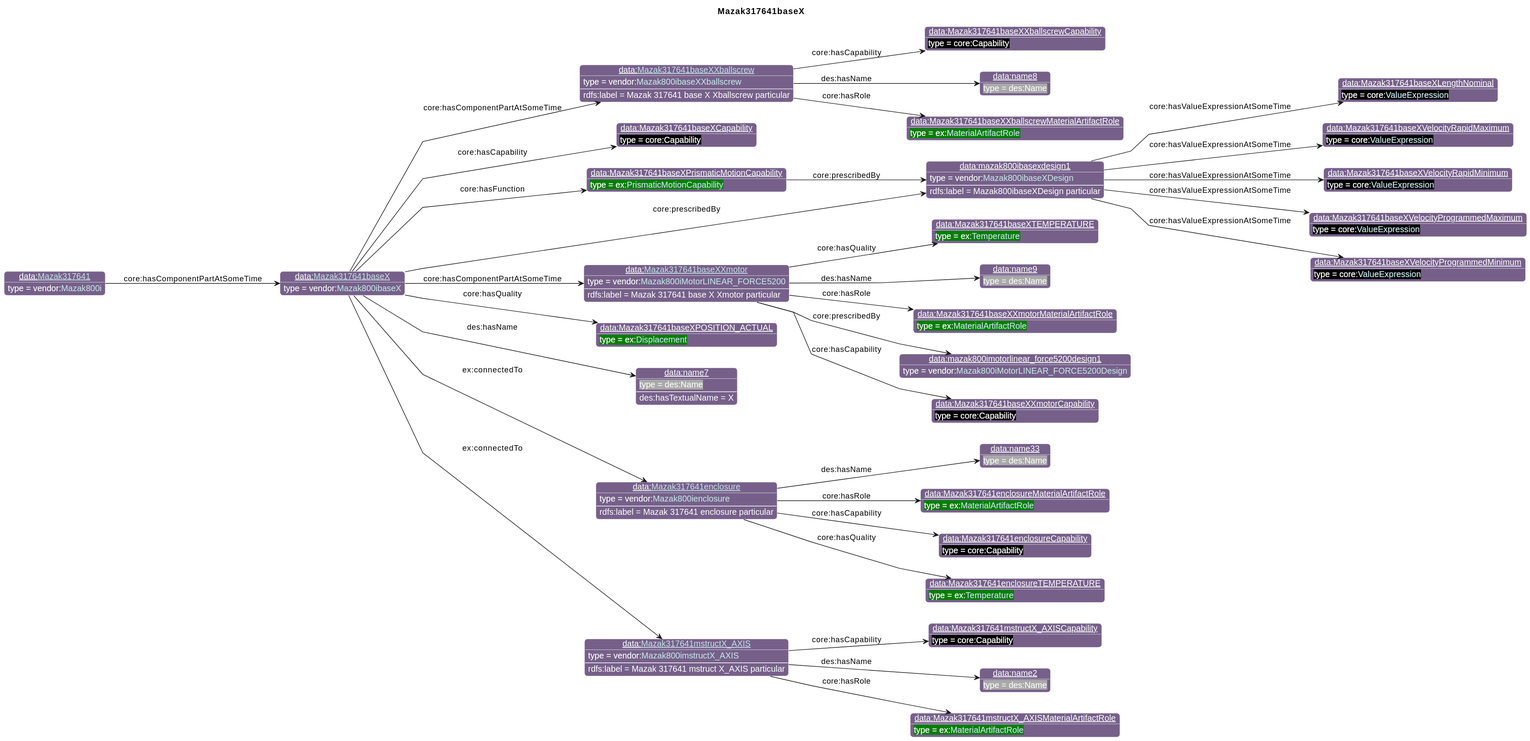
Before: diagrams/Mazak317641baseX.svg, a diagram exported from PlantUML (iofoundry/example-syseng-mtconnect).
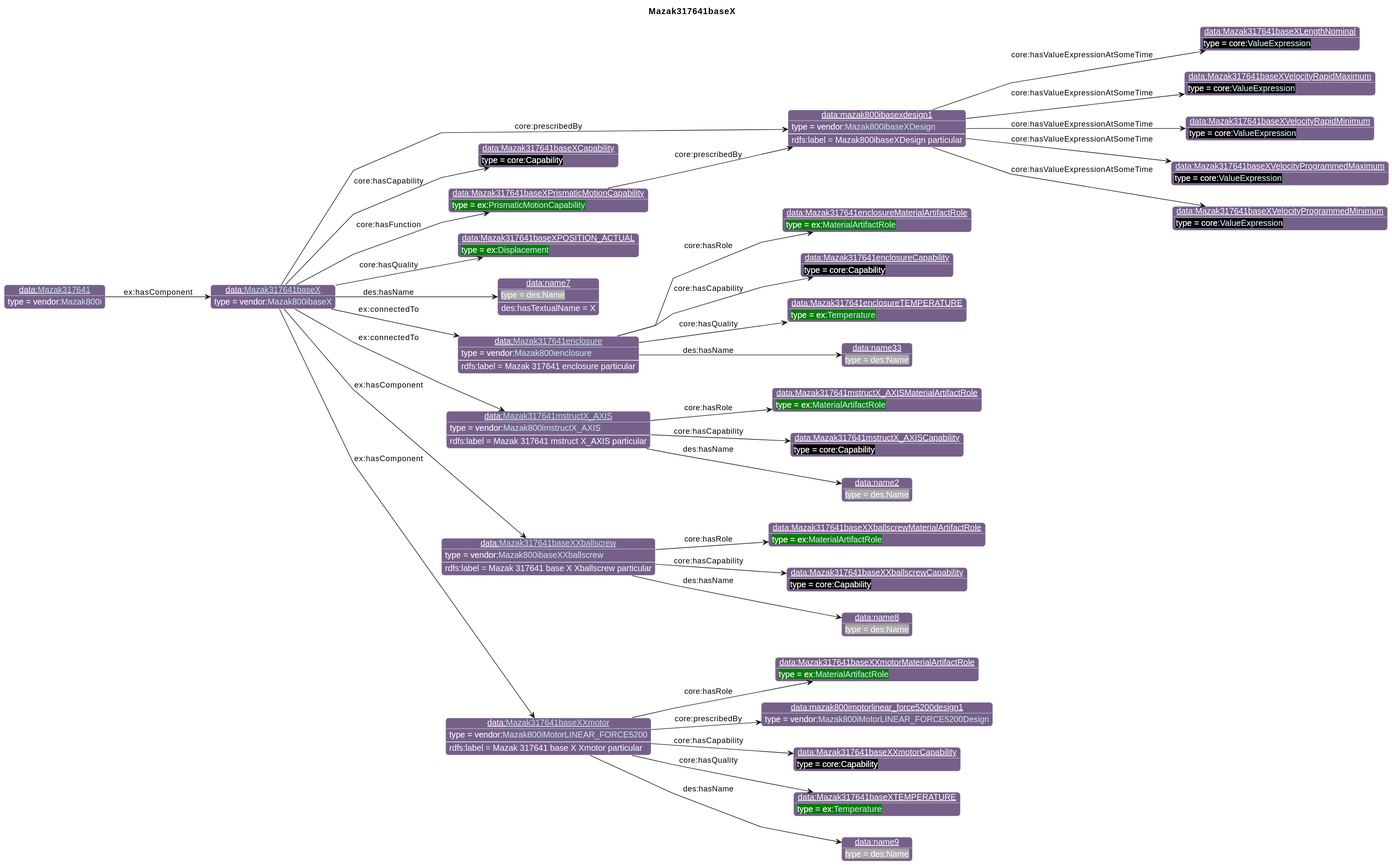
Later version of the same file.

The edit, as a diff of the source:
```diff
@@ -33,28 +33,28 @@
 individual(o5, data:Mazak317641baseXVelocityProgrammedMaximum, core:[[https://spec.industrialontologies.org/ontology/core/Core/ValueExpression ValueExpression]])
 individual(o6, data:Mazak317641baseXVelocityProgrammedMinimum, core:[[https://spec.industrialontologies.org/ontology/core/Core/ValueExpression ValueExpression]])
 individual(o7, data:Mazak317641baseXCapability, core:Capability)
-individual(o8, data:[[./Mazak317641baseXXballscrew.html Mazak317641baseXXballscrew]], vendor:[[../Mazak.html#Mazak800ibaseXXballscrew Mazak800ibaseXXballscrew]])
-individual(o9, data:Mazak317641baseXXballscrewMaterialArtifactRole, ex:[[../Example.html#MaterialArtifactRole MaterialArtifactRole]])
-individual(o10, data:Mazak317641baseXXballscrewCapability, core:Capability)
-individual(o11, data:name8, des:Name)
-individual(o12, data:[[./Mazak317641baseXXmotor.html Mazak317641baseXXmotor]], vendor:[[../Mazak.html#Mazak800iMotorLINEAR_FORCE5200 Mazak800iMotorLINEAR_FORCE5200]])
-individual(o13, data:Mazak317641baseXXmotorMaterialArtifactRole, ex:[[../Example.html#MaterialArtifactRole MaterialArtifactRole]])
-individual(o14, data:mazak800imotorlinear_force5200design1, vendor:[[../Mazak.html#Mazak800iMotorLINEAR_FORCE5200Design Mazak800iMotorLINEAR_FORCE5200Design]])
-individual(o15, data:Mazak317641baseXXmotorCapability, core:Capability)
-individual(o16, data:Mazak317641baseXTEMPERATURE, ex:[[../Example.html#Temperature Temperature]])
-individual(o17, data:name9, des:Name)
-individual(o18, data:Mazak317641baseXPrismaticMotionCapability, ex:[[../Example.html#PrismaticMotionCapability PrismaticMotionCapability]])
-individual(o19, data:Mazak317641baseXPOSITION_ACTUAL, ex:[[../Example.html#Displacement Displacement]])
-individual(o20, data:name7, des:Name)
-individual(o21, data:[[./Mazak317641enclosure.html Mazak317641enclosure]], vendor:[[../Mazak.html#Mazak800ienclosure Mazak800ienclosure]])
-individual(o22, data:Mazak317641enclosureMaterialArtifactRole, ex:[[../Example.html#MaterialArtifactRole MaterialArtifactRole]])
-individual(o23, data:Mazak317641enclosureCapability, core:Capability)
-individual(o24, data:Mazak317641enclosureTEMPERATURE, ex:[[../Example.html#Temperature Temperature]])
-individual(o25, data:name33, des:Name)
-individual(o26, data:[[./Mazak317641mstructX_AXIS.html Mazak317641mstructX_AXIS]], vendor:[[../Mazak.html#Mazak800imstructX_AXIS Mazak800imstructX_AXIS]])
-individual(o27, data:Mazak317641mstructX_AXISMaterialArtifactRole, ex:[[../Example.html#MaterialArtifactRole MaterialArtifactRole]])
-individual(o28, data:Mazak317641mstructX_AXISCapability, core:Capability)
-individual(o29, data:name2, des:Name)
+individual(o8, data:Mazak317641baseXPrismaticMotionCapability, ex:[[../Example.html#PrismaticMotionCapability PrismaticMotionCapability]])
+individual(o9, data:Mazak317641baseXPOSITION_ACTUAL, ex:[[../Example.html#Displacement Displacement]])
+individual(o10, data:name7, des:Name)
+individual(o11, data:[[./Mazak317641enclosure.html Mazak317641enclosure]], vendor:[[../Mazak.html#Mazak800ienclosure Mazak800ienclosure]])
+individual(o12, data:Mazak317641enclosureMaterialArtifactRole, ex:[[../Example.html#MaterialArtifactRole MaterialArtifactRole]])
+individual(o13, data:Mazak317641enclosureCapability, core:Capability)
+individual(o14, data:Mazak317641enclosureTEMPERATURE, ex:[[../Example.html#Temperature Temperature]])
+individual(o15, data:name33, des:Name)
+individual(o16, data:[[./Mazak317641mstructX_AXIS.html Mazak317641mstructX_AXIS]], vendor:[[../Mazak.html#Mazak800imstructX_AXIS Mazak800imstructX_AXIS]])
+individual(o17, data:Mazak317641mstructX_AXISMaterialArtifactRole, ex:[[../Example.html#MaterialArtifactRole MaterialArtifactRole]])
+individual(o18, data:Mazak317641mstructX_AXISCapability, core:Capability)
+individual(o19, data:name2, des:Name)
+individual(o20, data:[[./Mazak317641baseXXballscrew.html Mazak317641baseXXballscrew]], vendor:[[../Mazak.html#Mazak800ibaseXXballscrew Mazak800ibaseXXballscrew]])
+individual(o21, data:Mazak317641baseXXballscrewMaterialArtifactRole, ex:[[../Example.html#MaterialArtifactRole MaterialArtifactRole]])
+individual(o22, data:Mazak317641baseXXballscrewCapability, core:Capability)
+individual(o23, data:name8, des:Name)
+individual(o24, data:[[./Mazak317641baseXXmotor.html Mazak317641baseXXmotor]], vendor:[[../Mazak.html#Mazak800iMotorLINEAR_FORCE5200 Mazak800iMotorLINEAR_FORCE5200]])
+individual(o25, data:Mazak317641baseXXmotorMaterialArtifactRole, ex:[[../Example.html#MaterialArtifactRole MaterialArtifactRole]])
+individual(o26, data:mazak800imotorlinear_force5200design1, vendor:[[../Mazak.html#Mazak800iMotorLINEAR_FORCE5200Design Mazak800iMotorLINEAR_FORCE5200Design]])
+individual(o27, data:Mazak317641baseXXmotorCapability, core:Capability)
+individual(o28, data:Mazak317641baseXTEMPERATURE, ex:[[../Example.html#Temperature Temperature]])
+individual(o29, data:name9, des:Name)
 individual(o30, data:[[./Mazak317641.html Mazak317641]], vendor:[[../Mazak.html#Mazak800i Mazak800i]])
 property(o0, "core:prescribedBy", o1)
 data(o1, "rdfs:label", "Mazak800ibaseXDesign particular")
@@ -64,33 +64,33 @@
 property(o1, "core:hasValueExpressionAtSomeTime", o5)
 property(o1, "core:hasValueExpressionAtSomeTime", o6)
 property(o0, "core:hasCapability", o7)
-property(o0, "core:hasComponentPartAtSomeTime", o8)
-data(o8, "rdfs:label", "Mazak 317641 base X Xballscrew particular")
-property(o8, "core:hasRole", o9)
-property(o8, "core:hasCapability", o10)
-property(o8, "des:hasName", o11)
-property(o0, "core:hasComponentPartAtSomeTime", o12)
-data(o12, "rdfs:label", "Mazak 317641 base X Xmotor particular")
-property(o12, "core:hasRole", o13)
-property(o12, "core:prescribedBy", o14)
-property(o12, "core:hasCapability", o15)
-property(o12, "core:hasQuality", o16)
-property(o12, "des:hasName", o17)
-property(o0, "core:hasFunction", o18)
-property(o18, "core:prescribedBy", o1)
-property(o0, "core:hasQuality", o19)
-property(o0, "des:hasName", o20)
-data(o20, "des:hasTextualName", "X")
-property(o0, "ex:connectedTo", o21)
-data(o21, "rdfs:label", "Mazak 317641 enclosure particular")
-property(o21, "core:hasRole", o22)
-property(o21, "core:hasCapability", o23)
-property(o21, "core:hasQuality", o24)
-property(o21, "des:hasName", o25)
-property(o0, "ex:connectedTo", o26)
-data(o26, "rdfs:label", "Mazak 317641 mstruct X_AXIS particular")
-property(o26, "core:hasRole", o27)
-property(o26, "core:hasCapability", o28)
-property(o26, "des:hasName", o29)
-property(o30, "core:hasComponentPartAtSomeTime", o0)
+property(o0, "core:hasFunction", o8)
+property(o8, "core:prescribedBy", o1)
+property(o0, "core:hasQuality", o9)
+property(o0, "des:hasName", o10)
+data(o10, "des:hasTextualName", "X")
+property(o0, "ex:connectedTo", o11)
+data(o11, "rdfs:label", "Mazak 317641 enclosure particular")
+property(o11, "core:hasRole", o12)
+property(o11, "core:hasCapability", o13)
+property(o11, "core:hasQuality", o14)
+property(o11, "des:hasName", o15)
+property(o0, "ex:connectedTo", o16)
+data(o16, "rdfs:label", "Mazak 317641 mstruct X_AXIS particular")
+property(o16, "core:hasRole", o17)
+property(o16, "core:hasCapability", o18)
+property(o16, "des:hasName", o19)
+property(o0, "ex:hasComponent", o20)
+data(o20, "rdfs:label", "Mazak 317641 base X Xballscrew particular")
+property(o20, "core:hasRole", o21)
+property(o20, "core:hasCapability", o22)
+property(o20, "des:hasName", o23)
+property(o0, "ex:hasComponent", o24)
+data(o24, "rdfs:label", "Mazak 317641 base X Xmotor particular")
+property(o24, "core:hasRole", o25)
+property(o24, "core:prescribedBy", o26)
+property(o24, "core:hasCapability", o27)
+property(o24, "core:hasQuality", o28)
+property(o24, "des:hasName", o29)
+property(o30, "ex:hasComponent", o0)
 @enduml
```
